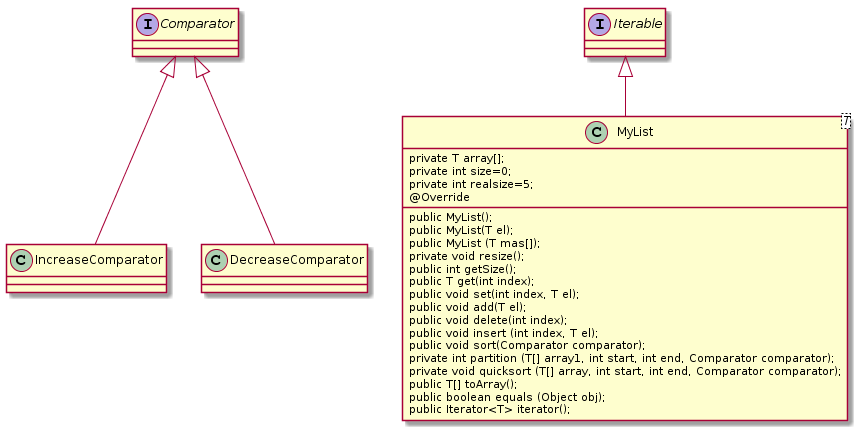
lRuslanl/DinamArray keeps this PlantUML diagram as MyListUML2.png. Above is the earlier version. Source of this version:
```plantuml
@startuml
interface Comparator{
}
Comparator <|-- IncreaseComparator

Comparator <|-- DecreaseComparator

class MyList<T> {
    private T array[];
    private int size=0;
    private int realsize=5;
    public MyList();

    public MyList(T el);

    public MyList (T mas[]);

    private void resize();
    public int getSize();

    public T get(int index);

    public void set(int index, T el);
    public void add(T el);

    public void delete(int index);
    public void insert (int index, T el);

    public void sort(Comparator comparator);

    private int partition (T[] array1, int start, int end, Comparator comparator);

    private void quicksort (T[] array, int start, int end, Comparator comparator);

    public T[] toArray();

    @Override
    public boolean equals (Object obj);

    public Iterator<T> iterator();

}

interface Iterable{
}
Iterable <|-- MyList
@enduml
```
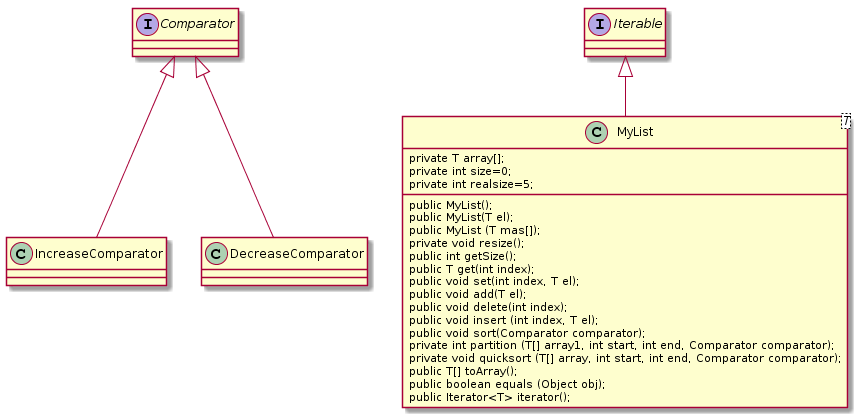
The same file after the commit.

Diff of the diagram source:
```diff
@@ -34,7 +34,6 @@
 
     public T[] toArray();
 
-    @Override
     public boolean equals (Object obj);
 
     public Iterator<T> iterator();
```
